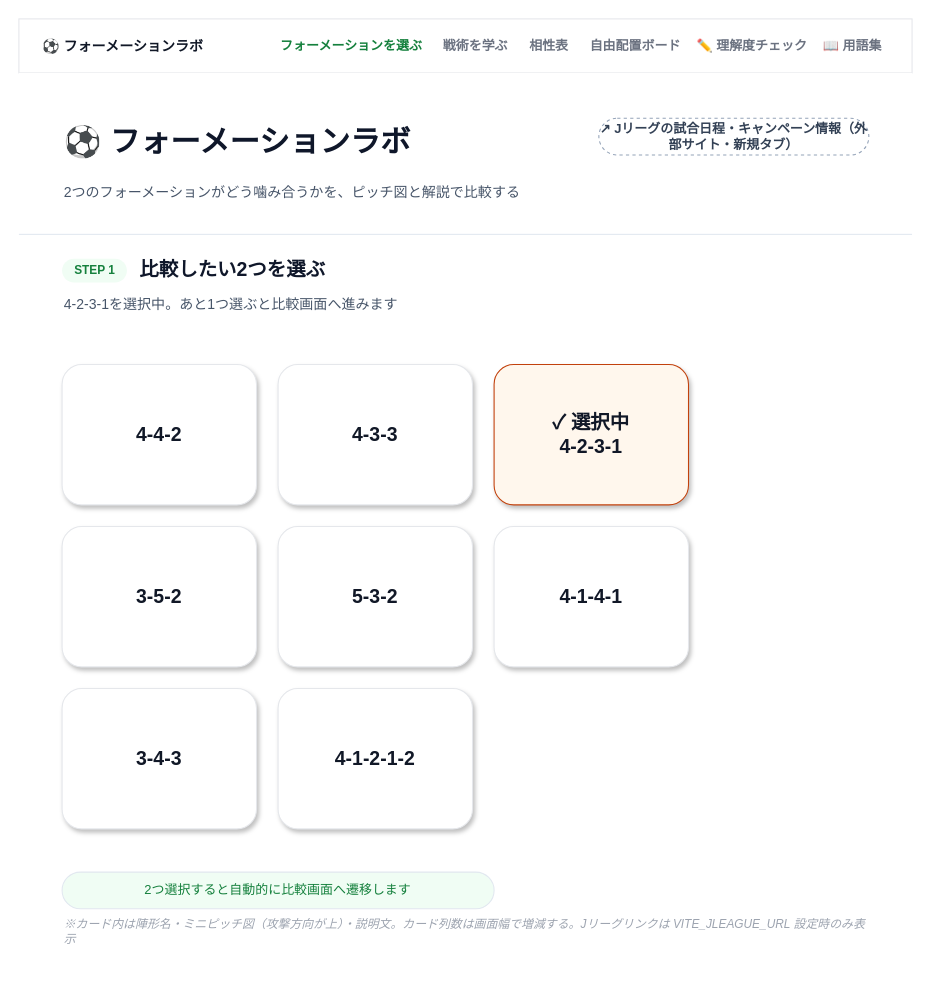
n-yata/soccer-sim keeps this draw.io diagram as page "wireframe-formation-list" (1 of 8) of docs/specs/2_basic-design/wireframes.drawio. Above is the earlier version. Source tidied: cells renumbered, new cells numbered last; positions are measured from the earlier drawing's top-left corner, leaving out a move shared by most shapes. Both pictures are drawn from the tidied source at 108%, with x=0, y=0 at pixel (18, 18).
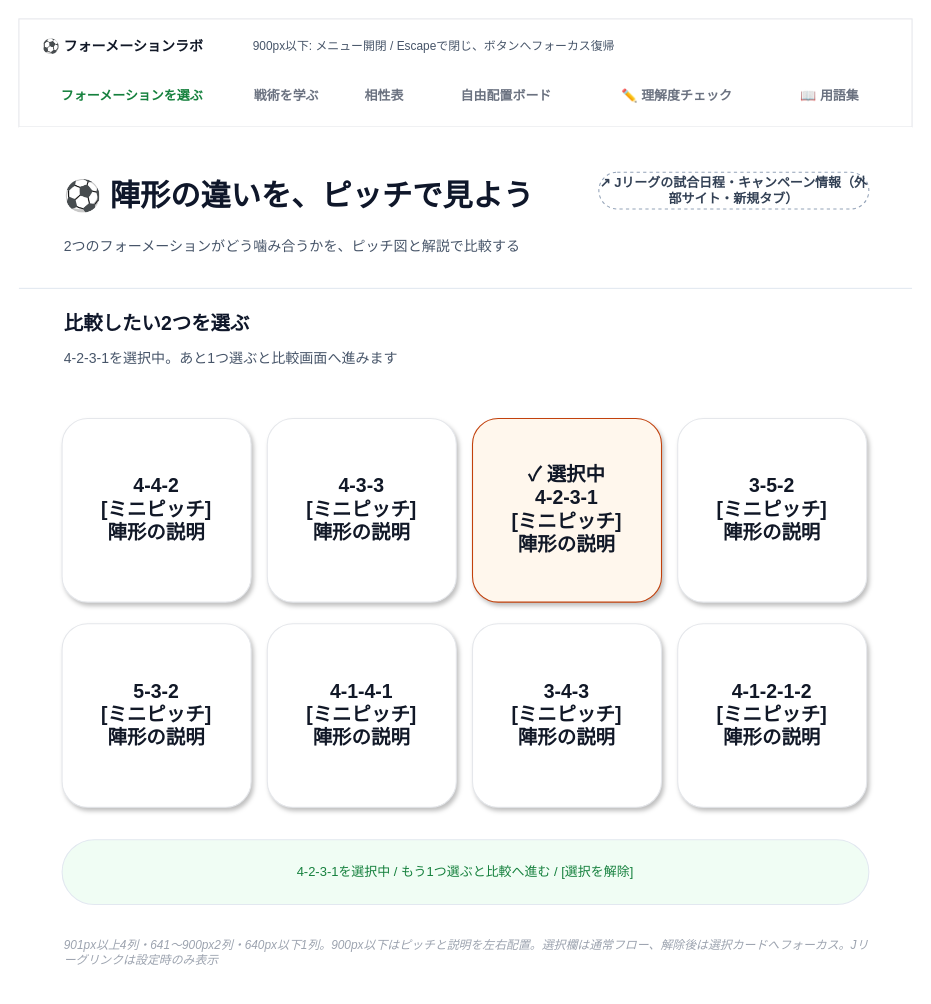
Above is the later version.

What changed in the source:
```diff
@@
     <mxCell id="2" style="rounded=0;whiteSpace=wrap;html=1;fillColor=#FFFFFF;strokeColor=#E5E7EB;strokeWidth=1;" parent="1" vertex="1">
-      <mxGeometry width="827" height="50" as="geometry" />
+      <mxGeometry width="827" height="100" as="geometry" />
     </mxCell>
@@
     <mxCell id="4" value="フォーメーションを選ぶ" style="text;html=1;fontSize=12;fontStyle=1;align=center;verticalAlign=middle;fontColor=#15803D;whiteSpace=wrap;" parent="1" vertex="1">
-      <mxGeometry x="235" y="13" width="146" height="24" as="geometry" />
+      <mxGeometry x="20" y="60" width="170" height="24" as="geometry" />
     </mxCell>
     <mxCell id="5" value="戦術を学ぶ" style="text;html=1;fontSize=12;fontStyle=1;align=center;verticalAlign=middle;fontColor=#6B7280;whiteSpace=wrap;" parent="1" vertex="1">
-      <mxGeometry x="385" y="13" width="76" height="24" as="geometry" />
+      <mxGeometry x="198" y="60" width="100" height="24" as="geometry" />
     </mxCell>
     <mxCell id="6" value="相性表" style="text;html=1;fontSize=12;fontStyle=1;align=center;verticalAlign=middle;fontColor=#6B7280;whiteSpace=wrap;" parent="1" vertex="1">
-      <mxGeometry x="465" y="13" width="52" height="24" as="geometry" />
+      <mxGeometry x="306" y="60" width="65" height="24" as="geometry" />
     </mxCell>
     <mxCell id="7" value="自由配置ボード" style="text;html=1;fontSize=12;fontStyle=1;align=center;verticalAlign=middle;fontColor=#6B7280;whiteSpace=wrap;" parent="1" vertex="1">
-      <mxGeometry x="521" y="13" width="100" height="24" as="geometry" />
+      <mxGeometry x="379" y="60" width="145" height="24" as="geometry" />
     </mxCell>
     <mxCell id="8" value="✏️ 理解度チェック" style="text;html=1;fontSize=12;fontStyle=1;align=center;verticalAlign=middle;fontColor=#6B7280;whiteSpace=wrap;" parent="1" vertex="1">
-      <mxGeometry x="625" y="13" width="108" height="24" as="geometry" />
+      <mxGeometry x="532" y="60" width="155" height="24" as="geometry" />
     </mxCell>
     <mxCell id="9" value="📖 用語集" style="text;html=1;fontSize=12;fontStyle=1;align=center;verticalAlign=middle;fontColor=#6B7280;whiteSpace=wrap;" parent="1" vertex="1">
-      <mxGeometry x="737" y="13" width="70" height="24" as="geometry" />
+      <mxGeometry x="695" y="60" width="112" height="24" as="geometry" />
     </mxCell>
     <mxCell id="10" style="rounded=0;whiteSpace=wrap;html=1;fillColor=#FFFFFF;strokeColor=none;" parent="1" vertex="1">
-      <mxGeometry y="50" width="827" height="150" as="geometry" />
+      <mxGeometry y="100" width="827" height="150" as="geometry" />
     </mxCell>
     <mxCell id="11" style="rounded=0;whiteSpace=wrap;html=1;fillColor=#E2E8F0;strokeColor=none;" parent="1" vertex="1">
-      <mxGeometry y="199" width="827" height="1" as="geometry" />
+      <mxGeometry y="249" width="827" height="1" as="geometry" />
     </mxCell>
-    <mxCell id="12" value="⚽ フォーメーションラボ" style="text;html=1;fontSize=28;fontStyle=1;align=left;verticalAlign=middle;fontColor=#0F172A;" parent="1" vertex="1">
-      <mxGeometry x="40" y="92" width="500" height="44" as="geometry" />
+    <mxCell id="12" value="⚽ 陣形の違いを、ピッチで見よう" style="text;html=1;fontSize=28;fontStyle=1;align=left;verticalAlign=middle;fontColor=#0F172A;" parent="1" vertex="1">
+      <mxGeometry x="40" y="142" width="500" height="44" as="geometry" />
     </mxCell>
     <mxCell id="13" value="2つのフォーメーションがどう噛み合うかを、ピッチ図と解説で比較する" style="text;html=1;fontSize=13;align=left;verticalAlign=middle;fontColor=#475569;" parent="1" vertex="1">
-      <mxGeometry x="40" y="145" width="480" height="30" as="geometry" />
+      <mxGeometry x="40" y="195" width="480" height="30" as="geometry" />
     </mxCell>
     <mxCell id="14" value="↗ Jリーグの試合日程・キャンペーン情報（外部サイト・新規タブ）" style="rounded=1;arcSize=50;whiteSpace=wrap;html=1;fillColor=none;strokeColor=#94A3B8;dashed=1;fontSize=12;fontStyle=1;fontColor=#334155;" parent="1" vertex="1">
-      <mxGeometry x="537" y="92" width="250" height="34" as="geometry" />
+      <mxGeometry x="537" y="142" width="250" height="34" as="geometry" />
     </mxCell>
-    <mxCell id="15" value="4-4-2" style="rounded=1;arcSize=14;whiteSpace=wrap;html=1;fillColor=#FFFFFF;strokeColor=#E5E7EB;strokeWidth=1;shadow=1;fontSize=18;fontStyle=1;fontColor=#111827;" parent="1" vertex="1">
-      <mxGeometry x="40" y="320" width="180" height="130" as="geometry" />
+    <mxCell id="15" value="4-4-2&lt;br&gt;[ミニピッチ]&lt;br&gt;陣形の説明" style="rounded=1;arcSize=14;whiteSpace=wrap;html=1;fillColor=#FFFFFF;strokeColor=#E5E7EB;strokeWidth=1;shadow=1;fontSize=18;fontStyle=1;fontColor=#111827;" parent="1" vertex="1">
+      <mxGeometry x="40" y="370" width="175" height="170" as="geometry" />
     </mxCell>
-    <mxCell id="16" value="4-3-3" style="rounded=1;arcSize=14;whiteSpace=wrap;html=1;fillColor=#FFFFFF;strokeColor=#E5E7EB;strokeWidth=1;shadow=1;fontSize=18;fontStyle=1;fontColor=#111827;" parent="1" vertex="1">
-      <mxGeometry x="240" y="320" width="180" height="130" as="geometry" />
+    <mxCell id="16" value="4-3-3&lt;br&gt;[ミニピッチ]&lt;br&gt;陣形の説明" style="rounded=1;arcSize=14;whiteSpace=wrap;html=1;fillColor=#FFFFFF;strokeColor=#E5E7EB;strokeWidth=1;shadow=1;fontSize=18;fontStyle=1;fontColor=#111827;" parent="1" vertex="1">
+      <mxGeometry x="230" y="370" width="175" height="170" as="geometry" />
     </mxCell>
-    <mxCell id="17" value="✓ 選択中&lt;br&gt;4-2-3-1" style="rounded=1;arcSize=14;whiteSpace=wrap;html=1;fillColor=#FFF7ED;strokeColor=#C2410C;strokeWidth=1;shadow=1;fontSize=18;fontStyle=1;fontColor=#111827;" parent="1" vertex="1">
-      <mxGeometry x="440" y="320" width="180" height="130" as="geometry" />
+    <mxCell id="17" value="✓ 選択中&lt;br&gt;4-2-3-1&lt;br&gt;[ミニピッチ]&lt;br&gt;陣形の説明" style="rounded=1;arcSize=14;whiteSpace=wrap;html=1;fillColor=#FFF7ED;strokeColor=#C2410C;strokeWidth=1;shadow=1;fontSize=18;fontStyle=1;fontColor=#111827;" parent="1" vertex="1">
+      <mxGeometry x="420" y="370" width="175" height="170" as="geometry" />
     </mxCell>
-    <mxCell id="18" value="3-5-2" style="rounded=1;arcSize=14;whiteSpace=wrap;html=1;fillColor=#FFFFFF;strokeColor=#E5E7EB;strokeWidth=1;shadow=1;fontSize=18;fontStyle=1;fontColor=#111827;" parent="1" vertex="1">
-      <mxGeometry x="40" y="470" width="180" height="130" as="geometry" />
+    <mxCell id="18" value="3-5-2&lt;br&gt;[ミニピッチ]&lt;br&gt;陣形の説明" style="rounded=1;arcSize=14;whiteSpace=wrap;html=1;fillColor=#FFFFFF;strokeColor=#E5E7EB;strokeWidth=1;shadow=1;fontSize=18;fontStyle=1;fontColor=#111827;" parent="1" vertex="1">
+      <mxGeometry x="610" y="370" width="175" height="170" as="geometry" />
     </mxCell>
-    <mxCell id="19" value="5-3-2" style="rounded=1;arcSize=14;whiteSpace=wrap;html=1;fillColor=#FFFFFF;strokeColor=#E5E7EB;strokeWidth=1;shadow=1;fontSize=18;fontStyle=1;fontColor=#111827;" parent="1" vertex="1">
-      <mxGeometry x="240" y="470" width="180" height="130" as="geometry" />
+    <mxCell id="19" value="5-3-2&lt;br&gt;[ミニピッチ]&lt;br&gt;陣形の説明" style="rounded=1;arcSize=14;whiteSpace=wrap;html=1;fillColor=#FFFFFF;strokeColor=#E5E7EB;strokeWidth=1;shadow=1;fontSize=18;fontStyle=1;fontColor=#111827;" parent="1" vertex="1">
+      <mxGeometry x="40" y="560" width="175" height="170" as="geometry" />
     </mxCell>
-    <mxCell id="20" value="4-1-4-1" style="rounded=1;arcSize=14;whiteSpace=wrap;html=1;fillColor=#FFFFFF;strokeColor=#E5E7EB;strokeWidth=1;shadow=1;fontSize=18;fontStyle=1;fontColor=#111827;" parent="1" vertex="1">
-      <mxGeometry x="440" y="470" width="180" height="130" as="geometry" />
+    <mxCell id="20" value="4-1-4-1&lt;br&gt;[ミニピッチ]&lt;br&gt;陣形の説明" style="rounded=1;arcSize=14;whiteSpace=wrap;html=1;fillColor=#FFFFFF;strokeColor=#E5E7EB;strokeWidth=1;shadow=1;fontSize=18;fontStyle=1;fontColor=#111827;" parent="1" vertex="1">
+      <mxGeometry x="230" y="560" width="175" height="170" as="geometry" />
     </mxCell>
-    <mxCell id="21" value="3-4-3" style="rounded=1;arcSize=14;whiteSpace=wrap;html=1;fillColor=#FFFFFF;strokeColor=#E5E7EB;strokeWidth=1;shadow=1;fontSize=18;fontStyle=1;fontColor=#111827;" parent="1" vertex="1">
-      <mxGeometry x="40" y="620" width="180" height="130" as="geometry" />
+    <mxCell id="21" value="3-4-3&lt;br&gt;[ミニピッチ]&lt;br&gt;陣形の説明" style="rounded=1;arcSize=14;whiteSpace=wrap;html=1;fillColor=#FFFFFF;strokeColor=#E5E7EB;strokeWidth=1;shadow=1;fontSize=18;fontStyle=1;fontColor=#111827;" parent="1" vertex="1">
+      <mxGeometry x="420" y="560" width="175" height="170" as="geometry" />
     </mxCell>
-    <mxCell id="22" value="4-1-2-1-2" style="rounded=1;arcSize=14;whiteSpace=wrap;html=1;fillColor=#FFFFFF;strokeColor=#E5E7EB;strokeWidth=1;shadow=1;fontSize=18;fontStyle=1;fontColor=#111827;" parent="1" vertex="1">
-      <mxGeometry x="240" y="620" width="180" height="130" as="geometry" />
+    <mxCell id="22" value="4-1-2-1-2&lt;br&gt;[ミニピッチ]&lt;br&gt;陣形の説明" style="rounded=1;arcSize=14;whiteSpace=wrap;html=1;fillColor=#FFFFFF;strokeColor=#E5E7EB;strokeWidth=1;shadow=1;fontSize=18;fontStyle=1;fontColor=#111827;" parent="1" vertex="1">
+      <mxGeometry x="610" y="560" width="175" height="170" as="geometry" />
     </mxCell>
-    <mxCell id="23" value="2つ選択すると自動的に比較画面へ遷移します" style="rounded=1;arcSize=50;whiteSpace=wrap;html=1;fillColor=#F0FDF4;strokeColor=#E2E8F0;fontColor=#15803D;fontSize=12;" parent="1" vertex="1">
-      <mxGeometry x="40" y="790" width="400" height="34" as="geometry" />
+    <mxCell id="23" value="4-2-3-1を選択中 / もう1つ選ぶと比較へ進む / [選択を解除]" style="rounded=1;arcSize=50;whiteSpace=wrap;html=1;fillColor=#F0FDF4;strokeColor=#E2E8F0;fontColor=#15803D;fontSize=12;" parent="1" vertex="1">
+      <mxGeometry x="40" y="760" width="747" height="60" as="geometry" />
     </mxCell>
-    <mxCell id="24" value="STEP 1" style="rounded=1;arcSize=50;html=1;fillColor=#F0FDF4;strokeColor=none;fontSize=11;fontStyle=1;fontColor=#15803D;" parent="1" vertex="1">
-      <mxGeometry x="40" y="222" width="60" height="22" as="geometry" />
-    </mxCell>
     <mxCell id="25" value="比較したい2つを選ぶ" style="text;html=1;fontSize=18;fontStyle=1;align=left;verticalAlign=middle;fontColor=#0F172A;whiteSpace=wrap;" parent="1" vertex="1">
-      <mxGeometry x="110" y="218" width="400" height="30" as="geometry" />
+      <mxGeometry x="40" y="268" width="400" height="30" as="geometry" />
     </mxCell>
     <mxCell id="26" value="4-2-3-1を選択中。あと1つ選ぶと比較画面へ進みます" style="text;html=1;fontSize=13;align=left;verticalAlign=middle;fontColor=#475569;whiteSpace=wrap;" parent="1" vertex="1">
-      <mxGeometry x="40" y="252" width="600" height="24" as="geometry" />
+      <mxGeometry x="40" y="302" width="600" height="24" as="geometry" />
     </mxCell>
-    <mxCell id="27" value="※カード内は陣形名・ミニピッチ図（攻撃方向が上）・説明文。カード列数は画面幅で増減する。Jリーグリンクは VITE_JLEAGUE_URL 設定時のみ表示" style="text;html=1;fontSize=11;align=left;verticalAlign=middle;fontColor=#9CA3AF;fontStyle=2;whiteSpace=wrap;" parent="1" vertex="1">
-      <mxGeometry x="40" y="830" width="747" height="30" as="geometry" />
+    <mxCell id="27" value="901px以上4列・641〜900px2列・640px以下1列。900px以下はピッチと説明を左右配置。選択欄は通常フロー、解除後は選択カードへフォーカス。Jリーグリンクは設定時のみ表示" style="text;html=1;fontSize=11;align=left;verticalAlign=middle;fontColor=#9CA3AF;fontStyle=2;whiteSpace=wrap;" parent="1" vertex="1">
+      <mxGeometry x="40" y="835" width="747" height="60" as="geometry" />
     </mxCell>
+    <mxCell id="28" value="900px以下: メニュー開閉 / Escapeで閉じ、ボタンへフォーカス復帰" style="text;html=1;fontSize=11;align=left;whiteSpace=wrap;fontColor=#475569;" parent="1" vertex="1">
+      <mxGeometry x="215" y="12" width="590" height="28" as="geometry" />
+    </mxCell>
```
